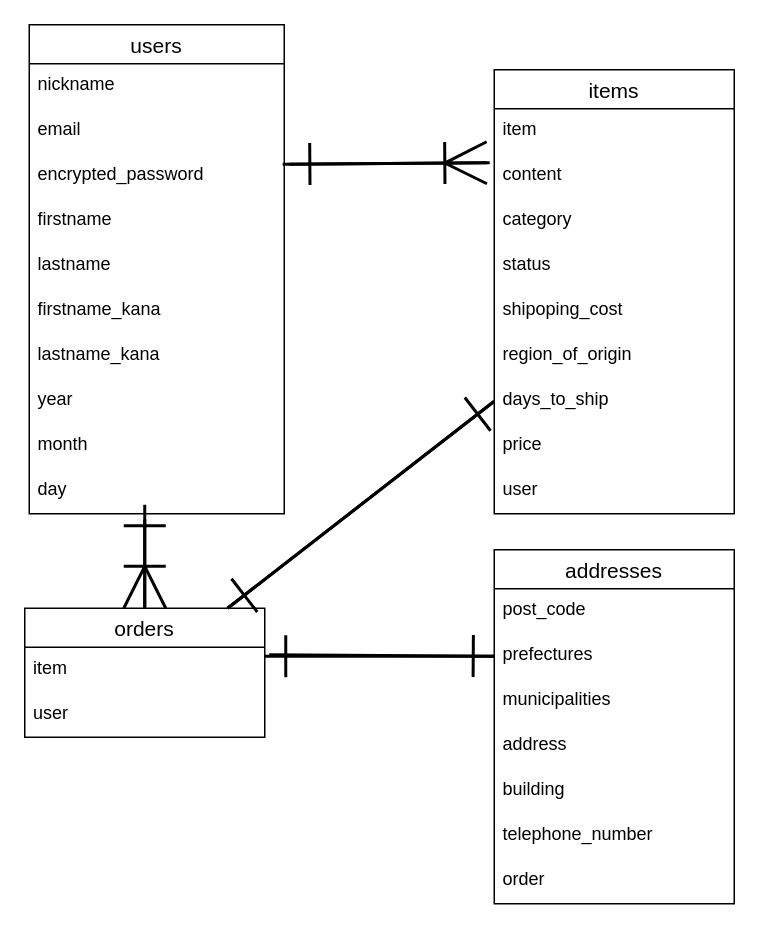
Above: test.dio in masayareb/furima-38801 (draw.io), before the change. Source tidied: cells renumbered, new cells numbered last; positions are measured from the earlier drawing's top-left corner, leaving out a move shared by most shapes. Both pictures are drawn from the tidied source at 150%, with x=0, y=0 at pixel (24, 24).
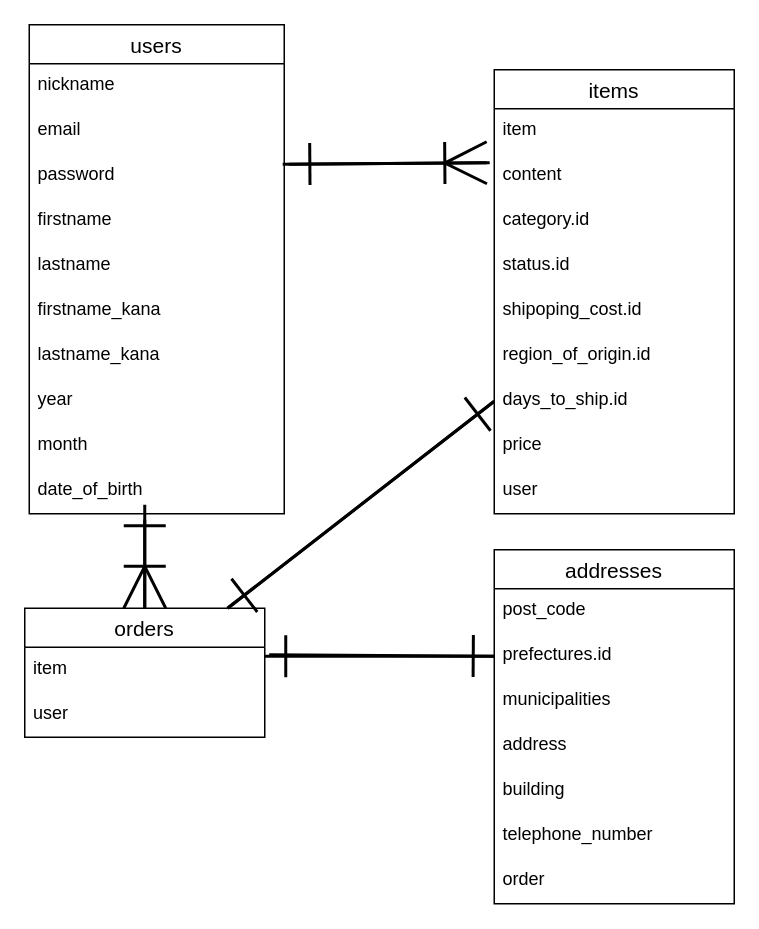
After the change.

Unchanged cells that the change refers to:
```xml
<mxCell id="2" value="users" style="swimlane;fontStyle=0;horizontal=1;startSize=26;align=center;fontSize=14;" parent="1" vertex="1">
  <mxGeometry x="3" width="170" height="326" as="geometry" />
</mxCell>
<mxCell id="13" value="items" style="swimlane;fontStyle=0;horizontal=1;startSize=26;align=center;fontSize=14;" parent="1" vertex="1">
  <mxGeometry x="313" y="30" width="160" height="296" as="geometry" />
</mxCell>
<mxCell id="27" value="addresses" style="swimlane;fontStyle=0;horizontal=1;startSize=26;align=center;fontSize=14;" parent="1" vertex="1">
  <mxGeometry x="313" y="350" width="160" height="236" as="geometry" />
</mxCell>
```

The edit, as a diff of the source:
```diff
@@
-    <mxCell id="5" value="encrypted_password" style="text;strokeColor=none;fillColor=none;spacingLeft=4;spacingRight=4;overflow=hidden;points=[[0,0.5],[1,0.5]];portConstraint=eastwest;fontSize=12;" parent="2" vertex="1">
+    <mxCell id="5" value="password" style="text;strokeColor=none;fillColor=none;spacingLeft=4;spacingRight=4;overflow=hidden;points=[[0,0.5],[1,0.5]];portConstraint=eastwest;fontSize=12;" parent="2" vertex="1">
       <mxGeometry y="86" width="170" height="30" as="geometry" />
     </mxCell>
@@
-    <mxCell id="12" value="day" style="text;strokeColor=none;fillColor=none;spacingLeft=4;spacingRight=4;overflow=hidden;fontSize=12;" parent="2" vertex="1">
+    <mxCell id="12" value="date_of_birth" style="text;strokeColor=none;fillColor=none;spacingLeft=4;spacingRight=4;overflow=hidden;fontSize=12;" parent="2" vertex="1">
       <mxGeometry y="296" width="170" height="30" as="geometry" />
     </mxCell>
@@
-    <mxCell id="16" value="category" style="text;strokeColor=none;fillColor=none;spacingLeft=4;spacingRight=4;overflow=hidden;fontSize=12;" parent="13" vertex="1">
+    <mxCell id="16" value="category.id" style="text;strokeColor=none;fillColor=none;spacingLeft=4;spacingRight=4;overflow=hidden;fontSize=12;" parent="13" vertex="1">
       <mxGeometry y="86" width="160" height="30" as="geometry" />
     </mxCell>
-    <mxCell id="17" value="status" style="text;strokeColor=none;fillColor=none;spacingLeft=4;spacingRight=4;overflow=hidden;fontSize=12;" parent="13" vertex="1">
+    <mxCell id="17" value="status.id" style="text;strokeColor=none;fillColor=none;spacingLeft=4;spacingRight=4;overflow=hidden;fontSize=12;" parent="13" vertex="1">
       <mxGeometry y="116" width="160" height="30" as="geometry" />
     </mxCell>
-    <mxCell id="18" value="shipoping_cost" style="text;strokeColor=none;fillColor=none;spacingLeft=4;spacingRight=4;overflow=hidden;fontSize=12;" parent="13" vertex="1">
+    <mxCell id="18" value="shipoping_cost.id" style="text;strokeColor=none;fillColor=none;spacingLeft=4;spacingRight=4;overflow=hidden;fontSize=12;" parent="13" vertex="1">
       <mxGeometry y="146" width="160" height="30" as="geometry" />
     </mxCell>
-    <mxCell id="19" value="region_of_origin" style="text;strokeColor=none;fillColor=none;spacingLeft=4;spacingRight=4;overflow=hidden;fontSize=12;" parent="13" vertex="1">
+    <mxCell id="19" value="region_of_origin.id" style="text;strokeColor=none;fillColor=none;spacingLeft=4;spacingRight=4;overflow=hidden;fontSize=12;" parent="13" vertex="1">
       <mxGeometry y="176" width="160" height="30" as="geometry" />
     </mxCell>
-    <mxCell id="20" value="days_to_ship" style="text;strokeColor=none;fillColor=none;spacingLeft=4;spacingRight=4;overflow=hidden;points=[[0,0.5],[1,0.5]];portConstraint=eastwest;fontSize=12;" parent="13" vertex="1">
+    <mxCell id="20" value="days_to_ship.id" style="text;strokeColor=none;fillColor=none;spacingLeft=4;spacingRight=4;overflow=hidden;points=[[0,0.5],[1,0.5]];portConstraint=eastwest;fontSize=12;" parent="13" vertex="1">
       <mxGeometry y="206" width="160" height="30" as="geometry" />
     </mxCell>
@@
-    <mxCell id="29" value="prefectures" style="text;strokeColor=none;fillColor=none;spacingLeft=4;spacingRight=4;overflow=hidden;points=[[0,0.5],[1,0.5]];portConstraint=eastwest;fontSize=12;" parent="27" vertex="1">
+    <mxCell id="29" value="prefectures.id" style="text;strokeColor=none;fillColor=none;spacingLeft=4;spacingRight=4;overflow=hidden;points=[[0,0.5],[1,0.5]];portConstraint=eastwest;fontSize=12;" parent="27" vertex="1">
       <mxGeometry y="56" width="160" height="30" as="geometry" />
     </mxCell>
```
